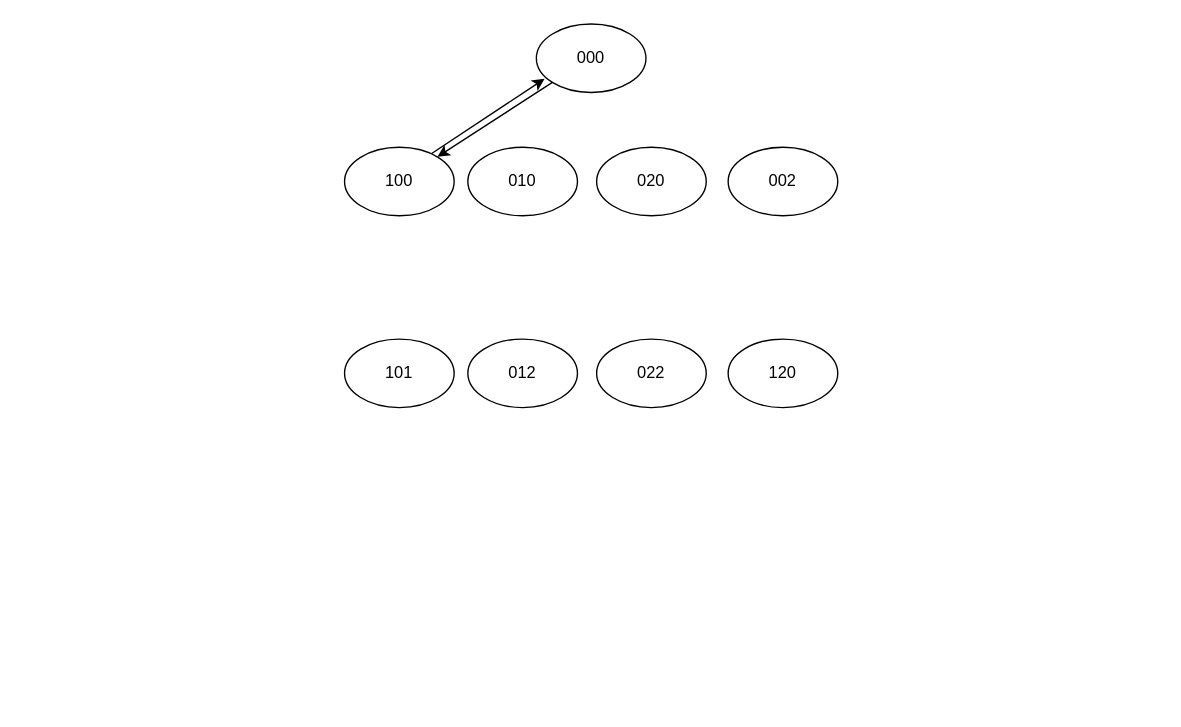
Earlier version of the draw.io diagram Диаграмма без названия.drawio (kolyan3445/WHAT-THE-FUCK). Source tidied: cells renumbered, new cells numbered last; positions are measured from the earlier drawing's top-left corner, leaving out a move shared by most shapes. Both pictures are drawn from the tidied source at 137%, with x=0, y=0 at pixel (344, 23).
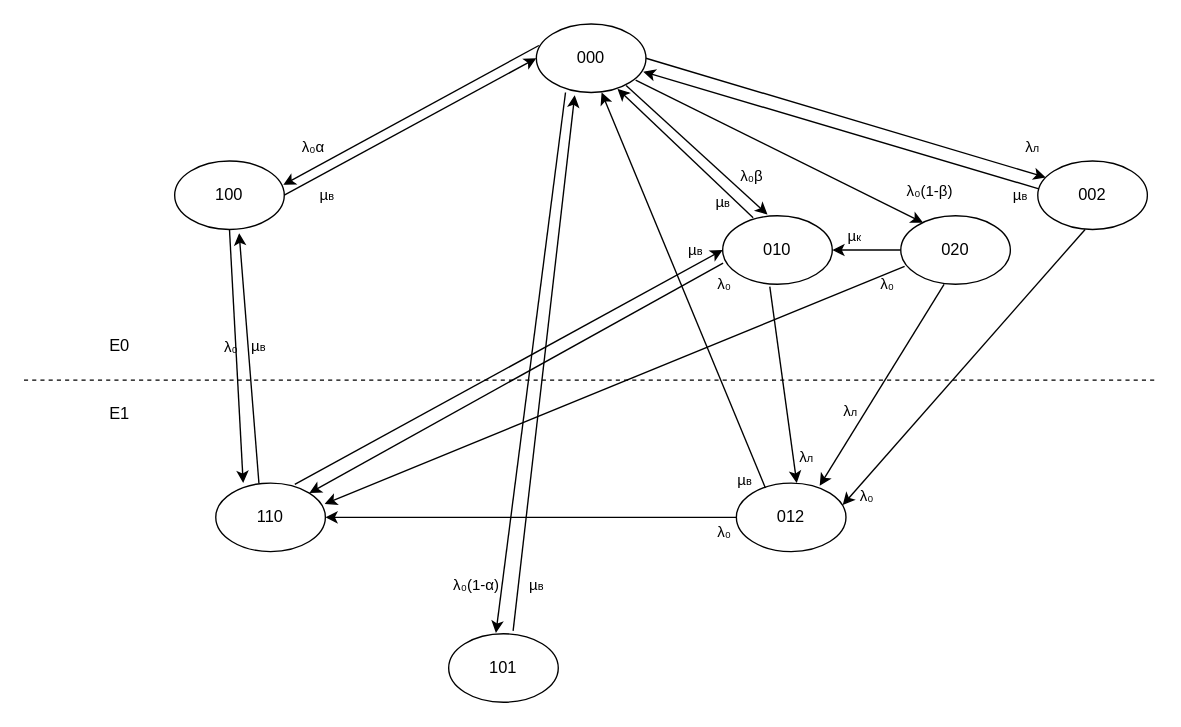
The same page after the edit.

The change refers to these unchanged cells:
```xml
<mxCell id="2" value="000" style="ellipse;whiteSpace=wrap;html=1;" parent="1" vertex="1">
  <mxGeometry x="140" width="80" height="50" as="geometry" />
</mxCell>
```

What changed in the source:
```diff
@@
     <mxCell id="3" value="100" style="ellipse;whiteSpace=wrap;html=1;" parent="1" vertex="1">
-      <mxGeometry y="90" width="80" height="50" as="geometry" />
+      <mxGeometry x="-124" y="100" width="80" height="50" as="geometry" />
     </mxCell>
     <mxCell id="4" value="01&lt;span style=&quot;background-color: transparent; color: light-dark(rgb(0, 0, 0), rgb(255, 255, 255));&quot;&gt;0&lt;/span&gt;" style="ellipse;whiteSpace=wrap;html=1;" parent="1" vertex="1">
-      <mxGeometry x="90" y="90" width="80" height="50" as="geometry" />
+      <mxGeometry x="276" y="140" width="80" height="50" as="geometry" />
     </mxCell>
     <mxCell id="5" value="101" style="ellipse;whiteSpace=wrap;html=1;" parent="1" vertex="1">
-      <mxGeometry y="230" width="80" height="50" as="geometry" />
+      <mxGeometry x="76" y="445.1" width="80" height="50" as="geometry" />
     </mxCell>
     <mxCell id="6" value="020" style="ellipse;whiteSpace=wrap;html=1;" parent="1" vertex="1">
-      <mxGeometry x="184" y="90" width="80" height="50" as="geometry" />
+      <mxGeometry x="406" y="140" width="80" height="50" as="geometry" />
     </mxCell>
     <mxCell id="7" value="002" style="ellipse;whiteSpace=wrap;html=1;" parent="1" vertex="1">
-      <mxGeometry x="280" y="90" width="80" height="50" as="geometry" />
+      <mxGeometry x="506" y="100" width="80" height="50" as="geometry" />
     </mxCell>
     <mxCell id="8" value="012" style="ellipse;whiteSpace=wrap;html=1;" parent="1" vertex="1">
-      <mxGeometry x="90" y="230" width="80" height="50" as="geometry" />
+      <mxGeometry x="286" y="335.1" width="80" height="50" as="geometry" />
     </mxCell>
-    <mxCell id="9" value="022" style="ellipse;whiteSpace=wrap;html=1;" parent="1" vertex="1">
-      <mxGeometry x="184" y="230" width="80" height="50" as="geometry" />
-    </mxCell>
-    <mxCell id="10" value="120" style="ellipse;whiteSpace=wrap;html=1;" parent="1" vertex="1">
-      <mxGeometry x="280" y="230" width="80" height="50" as="geometry" />
-    </mxCell>
+    <mxCell id="13" value="110" style="ellipse;whiteSpace=wrap;html=1;" parent="1" vertex="1">
+      <mxGeometry x="-94" y="335.1" width="80" height="50" as="geometry" />
+    </mxCell>
+    <mxCell id="14" value="Е0" style="text;html=1;whiteSpace=wrap;strokeColor=none;fillColor=none;align=center;verticalAlign=middle;rounded=0;" parent="1" vertex="1">
+      <mxGeometry x="-194" y="220" width="60" height="30" as="geometry" />
+    </mxCell>
+    <mxCell id="15" value="Е1" style="text;html=1;whiteSpace=wrap;strokeColor=none;fillColor=none;align=center;verticalAlign=middle;rounded=0;" parent="1" vertex="1">
+      <mxGeometry x="-194" y="270" width="60" height="30" as="geometry" />
+    </mxCell>
+    <mxCell id="16" style="endArrow=none;dashed=1;html=1;rounded=0;" parent="1" edge="1">
+      <mxGeometry relative="1" as="geometry">
+        <mxPoint x="-234" y="260" as="sourcePoint" />
+        <mxPoint x="592" y="260" as="targetPoint" />
+      </mxGeometry>
+    </mxCell>
+    <mxCell id="12" style="endArrow=classic;html=1;rounded=0;entryX=0;entryY=0.5;entryDx=0;entryDy=0;exitX=1;exitY=0.5;exitDx=0;exitDy=0;" parent="1" edge="1" source="3" target="2">
+      <mxGeometry relative="1" as="geometry" />
+    </mxCell>
+    <mxCell id="17" value="µ&lt;font style=&quot;font-size: 8px;&quot;&gt;в&lt;/font&gt;" style="edgeLabel;html=1;align=center;verticalAlign=middle;labelBackgroundColor=none;" parent="12" vertex="1">
+      <mxGeometry relative="1" as="geometry">
+        <mxPoint x="-62" y="50" as="offset" />
+      </mxGeometry>
+    </mxCell>
-    <mxCell id="11" style="endArrow=classic;html=1;rounded=0;exitX=0;exitY=1;exitDx=0;exitDy=0;" parent="1" edge="1" source="2" target="3">
+    <mxCell id="11" style="endArrow=classic;html=1;rounded=0;exitX=0.023;exitY=0.314;exitDx=0;exitDy=0;exitPerimeter=0;entryX=0.991;entryY=0.349;entryDx=0;entryDy=0;entryPerimeter=0;" parent="1" edge="1" source="2" target="3">
       <mxGeometry relative="1" as="geometry" />
     </mxCell>
-    <mxCell id="12" style="endArrow=classic;html=1;rounded=0;entryX=0.075;entryY=0.8;entryDx=0;entryDy=0;entryPerimeter=0;exitX=0.795;exitY=0.091;exitDx=0;exitDy=0;exitPerimeter=0;" parent="1" edge="1" source="3" target="2">
-      <mxGeometry relative="1" as="geometry" />
-    </mxCell>
+    <mxCell id="18" value="λ&lt;font&gt;₀&lt;/font&gt;α" style="edgeLabel;html=1;align=center;verticalAlign=middle;labelBackgroundColor=none;" parent="11" vertex="1">
+      <mxGeometry relative="1" as="geometry">
+        <mxPoint x="-72" y="23" as="offset" />
+      </mxGeometry>
+    </mxCell>
+    <mxCell id="19" style="endArrow=classic;html=1;rounded=0;exitX=0.819;exitY=0.898;exitDx=0;exitDy=0;entryX=0.409;entryY=-0.018;entryDx=0;entryDy=0;entryPerimeter=0;exitPerimeter=0;" parent="1" edge="1" source="2" target="4">
+      <mxGeometry relative="1" as="geometry" />
+    </mxCell>
+    <mxCell id="20" value="λ₀β" style="edgeLabel;html=1;align=center;verticalAlign=middle;labelBackgroundColor=none;" parent="19" vertex="1">
+      <mxGeometry relative="1" as="geometry">
+        <mxPoint x="39" y="18" as="offset" />
+      </mxGeometry>
+    </mxCell>
+    <mxCell id="21" style="endArrow=classic;html=1;rounded=0;exitX=0.43;exitY=1.034;exitDx=0;exitDy=0;entryX=0.551;entryY=0;entryDx=0;entryDy=0;entryPerimeter=0;exitPerimeter=0;" parent="1" edge="1" source="4" target="8">
+      <mxGeometry relative="1" as="geometry" />
+    </mxCell>
+    <mxCell id="22" value="λ&lt;font style=&quot;font-size: 8px;&quot;&gt;л&lt;/font&gt;" style="edgeLabel;html=1;align=center;verticalAlign=middle;labelBackgroundColor=none;" parent="21" vertex="1">
+      <mxGeometry relative="1" as="geometry">
+        <mxPoint x="16" y="52" as="offset" />
+      </mxGeometry>
+    </mxCell>
+    <mxCell id="23" style="endArrow=classic;html=1;rounded=0;exitX=0.278;exitY=0.03;exitDx=0;exitDy=0;entryX=0.74;entryY=0.946;entryDx=0;entryDy=0;entryPerimeter=0;exitPerimeter=0;" parent="1" edge="1" source="4" target="2">
+      <mxGeometry relative="1" as="geometry" />
+    </mxCell>
+    <mxCell id="24" value="µ&lt;font style=&quot;font-size: 8px;&quot;&gt;в&lt;/font&gt;" style="edgeLabel;html=1;align=center;verticalAlign=middle;labelBackgroundColor=none;" parent="23" vertex="1">
+      <mxGeometry relative="1" as="geometry">
+        <mxPoint x="27" y="35" as="offset" />
+      </mxGeometry>
+    </mxCell>
+    <mxCell id="25" style="endArrow=classic;html=1;rounded=0;exitX=0.906;exitY=0.819;exitDx=0;exitDy=0;entryX=0.204;entryY=0.102;entryDx=0;entryDy=0;entryPerimeter=0;exitPerimeter=0;" parent="1" edge="1" source="2" target="6">
+      <mxGeometry relative="1" as="geometry" />
+    </mxCell>
+    <mxCell id="26" value="λ₀(1-β)" style="edgeLabel;html=1;align=center;verticalAlign=middle;labelBackgroundColor=none;" parent="25" vertex="1">
+      <mxGeometry relative="1" as="geometry">
+        <mxPoint x="109" y="29" as="offset" />
+      </mxGeometry>
+    </mxCell>
+    <mxCell id="27" style="endArrow=classic;html=1;rounded=0;exitX=0;exitY=0.5;exitDx=0;exitDy=0;entryX=1;entryY=0.5;entryDx=0;entryDy=0;" parent="1" edge="1" source="6" target="4">
+      <mxGeometry relative="1" as="geometry" />
+    </mxCell>
+    <mxCell id="28" value="µ&lt;font style=&quot;font-size: 8px;&quot;&gt;к&lt;/font&gt;" style="edgeLabel;html=1;align=center;verticalAlign=middle;labelBackgroundColor=none;" parent="27" vertex="1">
+      <mxGeometry relative="1" as="geometry">
+        <mxPoint x="-10" y="-11" as="offset" />
+      </mxGeometry>
+    </mxCell>
+    <mxCell id="29" style="endArrow=classic;html=1;rounded=0;exitX=1;exitY=0.5;exitDx=0;exitDy=0;entryX=0.073;entryY=0.24;entryDx=0;entryDy=0;entryPerimeter=0;" parent="1" edge="1" source="2" target="7">
+      <mxGeometry relative="1" as="geometry" />
+    </mxCell>
+    <mxCell id="30" value="λ&lt;font style=&quot;font-size: 8px;&quot;&gt;л&lt;/font&gt;" style="edgeLabel;html=1;align=center;verticalAlign=middle;labelBackgroundColor=none;" parent="29" vertex="1">
+      <mxGeometry relative="1" as="geometry">
+        <mxPoint x="136" y="21" as="offset" />
+      </mxGeometry>
+    </mxCell>
+    <mxCell id="31" style="endArrow=classic;html=1;rounded=0;exitX=0.01;exitY=0.407;exitDx=0;exitDy=0;entryX=0.975;entryY=0.696;entryDx=0;entryDy=0;entryPerimeter=0;exitPerimeter=0;" parent="1" edge="1" source="7" target="2">
+      <mxGeometry relative="1" as="geometry" />
+    </mxCell>
+    <mxCell id="32" value="µ&lt;font style=&quot;font-size: 8px;&quot;&gt;в&lt;/font&gt;" style="edgeLabel;html=1;align=center;verticalAlign=middle;labelBackgroundColor=none;" parent="31" vertex="1">
+      <mxGeometry relative="1" as="geometry">
+        <mxPoint x="130" y="47" as="offset" />
+      </mxGeometry>
+    </mxCell>
+    <mxCell id="33" style="endArrow=classic;html=1;rounded=0;entryX=0.588;entryY=1.054;entryDx=0;entryDy=0;entryPerimeter=0;exitX=0.394;exitY=0.006;exitDx=0;exitDy=0;exitPerimeter=0;" parent="1" edge="1" source="13" target="3">
+      <mxGeometry relative="1" as="geometry" />
+    </mxCell>
+    <mxCell id="34" value="µ&lt;font style=&quot;font-size: 8px;&quot;&gt;в&lt;/font&gt;" style="edgeLabel;html=1;align=center;verticalAlign=middle;labelBackgroundColor=none;" parent="33" vertex="1">
+      <mxGeometry relative="1" as="geometry">
+        <mxPoint x="6" y="-9" as="offset" />
+      </mxGeometry>
+    </mxCell>
+    <mxCell id="35" style="endArrow=classic;html=1;rounded=0;exitX=0.265;exitY=0.071;exitDx=0;exitDy=0;entryX=0.595;entryY=1;entryDx=0;entryDy=0;exitPerimeter=0;entryPerimeter=0;" parent="1" edge="1" source="8" target="2">
+      <mxGeometry relative="1" as="geometry" />
+    </mxCell>
+    <mxCell id="36" value="µ&lt;font style=&quot;font-size: 8px;&quot;&gt;в&lt;/font&gt;" style="edgeLabel;html=1;align=center;verticalAlign=middle;labelBackgroundColor=none;" parent="35" vertex="1">
+      <mxGeometry relative="1" as="geometry">
+        <mxPoint x="44" y="138" as="offset" />
+      </mxGeometry>
+    </mxCell>
+    <mxCell id="37" style="endArrow=classic;html=1;rounded=0;exitX=0.266;exitY=1;exitDx=0;exitDy=0;exitPerimeter=0;entryX=0.431;entryY=-0.01;entryDx=0;entryDy=0;entryPerimeter=0;" parent="1" edge="1" source="2" target="5">
+      <mxGeometry relative="1" as="geometry" />
+    </mxCell>
+    <mxCell id="38" value="λ&lt;font&gt;₀(1-&lt;/font&gt;α)" style="edgeLabel;html=1;align=center;verticalAlign=middle;labelBackgroundColor=none;" parent="37" vertex="1">
+      <mxGeometry relative="1" as="geometry">
+        <mxPoint x="-40" y="162" as="offset" />
+      </mxGeometry>
+    </mxCell>
+    <mxCell id="39" style="endArrow=classic;html=1;rounded=0;exitX=0.588;exitY=-0.043;exitDx=0;exitDy=0;entryX=0.35;entryY=1.04;entryDx=0;entryDy=0;entryPerimeter=0;exitPerimeter=0;" parent="1" edge="1" source="5" target="2">
+      <mxGeometry relative="1" as="geometry" />
+    </mxCell>
+    <mxCell id="40" value="µ&lt;font style=&quot;font-size: 8px;&quot;&gt;в&lt;/font&gt;" style="edgeLabel;html=1;align=center;verticalAlign=middle;labelBackgroundColor=none;" parent="39" vertex="1">
+      <mxGeometry relative="1" as="geometry">
+        <mxPoint x="-6" y="162" as="offset" />
+      </mxGeometry>
+    </mxCell>
+    <mxCell id="41" style="endArrow=classic;html=1;rounded=0;exitX=0.5;exitY=1;exitDx=0;exitDy=0;entryX=0.25;entryY=0;entryDx=0;entryDy=0;entryPerimeter=0;" parent="1" edge="1" source="3" target="13">
+      <mxGeometry relative="1" as="geometry" />
+    </mxCell>
+    <mxCell id="42" value="λ&lt;font&gt;₀&lt;/font&gt;" style="edgeLabel;html=1;align=center;verticalAlign=middle;labelBackgroundColor=none;" parent="41" vertex="1">
+      <mxGeometry relative="1" as="geometry">
+        <mxPoint x="-5" y="-7" as="offset" />
+      </mxGeometry>
+    </mxCell>
+    <mxCell id="43" style="endArrow=classic;html=1;rounded=0;exitX=0.004;exitY=0.69;exitDx=0;exitDy=0;entryX=1;entryY=0;entryDx=0;entryDy=0;exitPerimeter=0;" parent="1" edge="1" source="4" target="13">
+      <mxGeometry relative="1" as="geometry" />
+    </mxCell>
+    <mxCell id="44" value="λ&lt;font&gt;₀&lt;/font&gt;" style="edgeLabel;html=1;align=center;verticalAlign=middle;labelBackgroundColor=none;" parent="43" vertex="1">
+      <mxGeometry relative="1" as="geometry">
+        <mxPoint x="151" y="-69" as="offset" />
+      </mxGeometry>
+    </mxCell>
+    <mxCell id="45" style="endArrow=classic;html=1;rounded=0;exitX=0;exitY=0.5;exitDx=0;exitDy=0;entryX=1;entryY=0.5;entryDx=0;entryDy=0;" parent="1" edge="1" source="8" target="13">
+      <mxGeometry relative="1" as="geometry" />
+    </mxCell>
+    <mxCell id="46" value="λ&lt;font&gt;₀&lt;/font&gt;" style="edgeLabel;html=1;align=center;verticalAlign=middle;labelBackgroundColor=none;" parent="45" vertex="1">
+      <mxGeometry relative="1" as="geometry">
+        <mxPoint x="140" y="10" as="offset" />
+      </mxGeometry>
+    </mxCell>
+    <mxCell id="47" style="endArrow=classic;html=1;rounded=0;exitX=0.035;exitY=0.74;exitDx=0;exitDy=0;entryX=0.994;entryY=0.304;entryDx=0;entryDy=0;entryPerimeter=0;exitPerimeter=0;" parent="1" edge="1" source="6" target="13">
+      <mxGeometry relative="1" as="geometry" />
+    </mxCell>
+    <mxCell id="48" value="λ&lt;font&gt;₀&lt;/font&gt;" style="edgeLabel;html=1;align=center;verticalAlign=middle;labelBackgroundColor=none;" parent="47" vertex="1">
+      <mxGeometry relative="1" as="geometry">
+        <mxPoint x="199" y="-74" as="offset" />
+      </mxGeometry>
+    </mxCell>
+    <mxCell id="49" style="endArrow=classic;html=1;rounded=0;exitX=0.5;exitY=1;exitDx=0;exitDy=0;entryX=0.76;entryY=0.041;entryDx=0;entryDy=0;entryPerimeter=0;" parent="1" edge="1" target="8">
+      <mxGeometry relative="1" as="geometry">
+        <mxPoint x="437.6" y="190" as="sourcePoint" />
+      </mxGeometry>
+    </mxCell>
+    <mxCell id="50" value="λ&lt;font style=&quot;font-size: 8px;&quot;&gt;л&lt;/font&gt;" style="edgeLabel;html=1;align=center;verticalAlign=middle;labelBackgroundColor=none;" parent="49" vertex="1">
+      <mxGeometry relative="1" as="geometry">
+        <mxPoint x="-24" y="19" as="offset" />
+      </mxGeometry>
+    </mxCell>
+    <mxCell id="51" style="endArrow=classic;html=1;rounded=0;exitX=0.432;exitY=1;exitDx=0;exitDy=0;entryX=0.97;entryY=0.32;entryDx=0;entryDy=0;exitPerimeter=0;entryPerimeter=0;" parent="1" edge="1" source="7" target="8">
+      <mxGeometry relative="1" as="geometry" />
+    </mxCell>
+    <mxCell id="52" value="λ&lt;font&gt;₀&lt;/font&gt;" style="edgeLabel;html=1;align=center;verticalAlign=middle;labelBackgroundColor=none;" parent="51" vertex="1">
+      <mxGeometry relative="1" as="geometry">
+        <mxPoint x="-72" y="94" as="offset" />
+      </mxGeometry>
+    </mxCell>
+    <mxCell id="53" style="endArrow=classic;html=1;rounded=0;entryX=0;entryY=0.5;entryDx=0;entryDy=0;exitX=0.721;exitY=0.02;exitDx=0;exitDy=0;exitPerimeter=0;" parent="1" edge="1" source="13" target="4">
+      <mxGeometry relative="1" as="geometry" />
+    </mxCell>
+    <mxCell id="54" value="µ&lt;font style=&quot;font-size: 8px;&quot;&gt;в&lt;/font&gt;" style="edgeLabel;html=1;align=center;verticalAlign=middle;labelBackgroundColor=none;" parent="53" vertex="1">
+      <mxGeometry relative="1" as="geometry">
+        <mxPoint x="136" y="-86" as="offset" />
+      </mxGeometry>
+    </mxCell>
```
